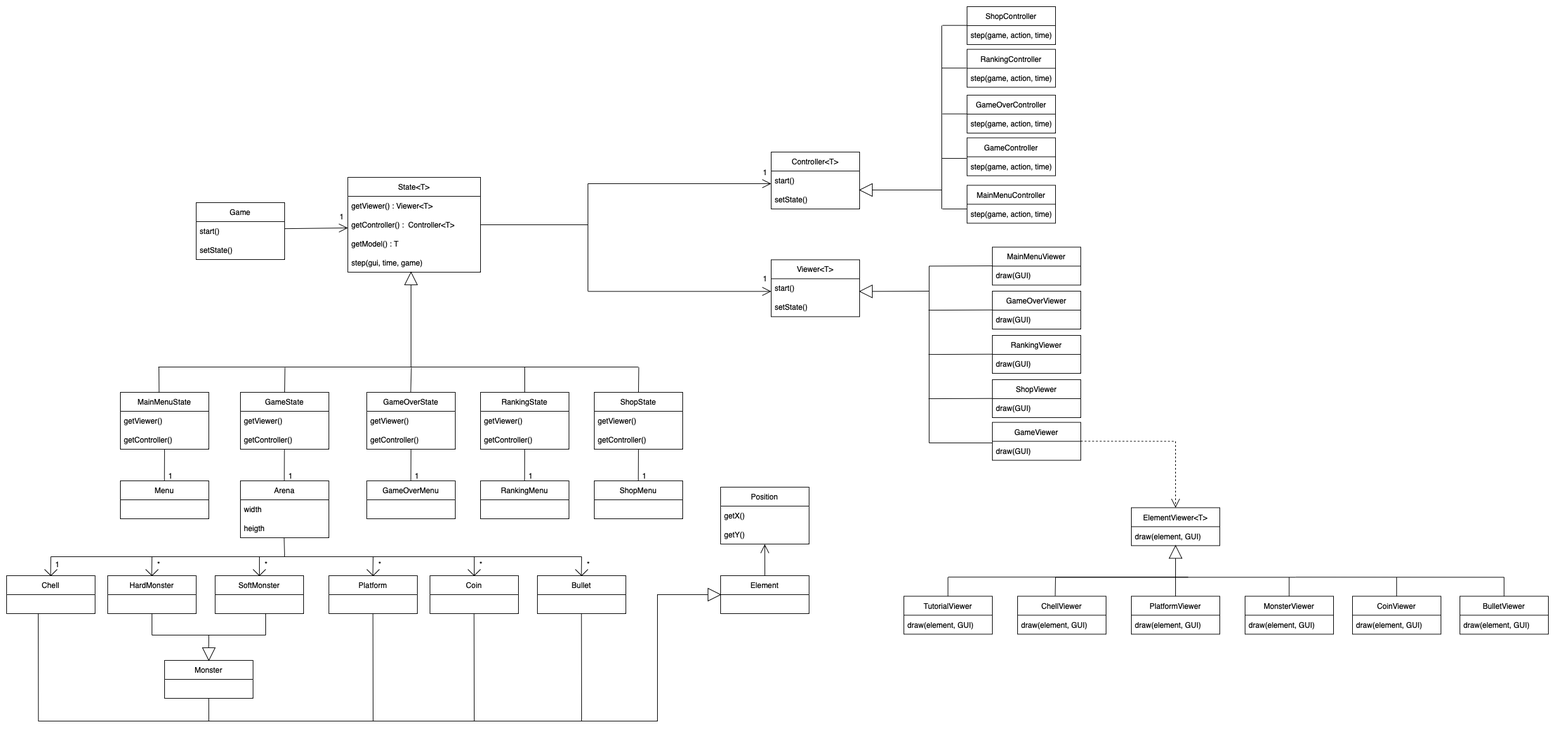
The draw.io diagram docs/classUML.png in AntonioAbilio/ShellShift-LDTS, before a commit. Source tidied: cells renumbered, new cells last; positions are measured from the earlier drawing's top-left corner, leaving out a move shared by most shapes.
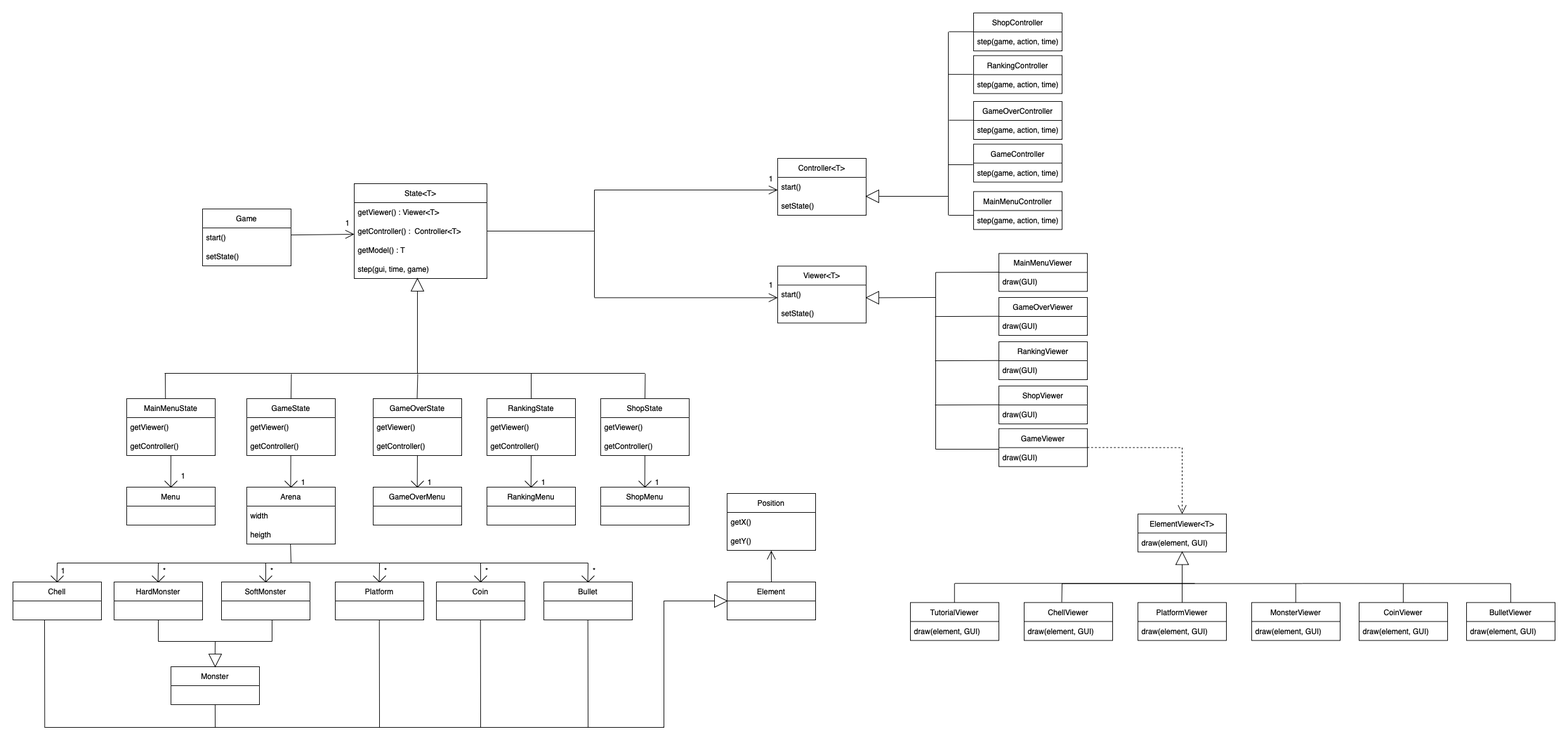
The same diagram one commit later.

What changed in the source:
```diff
@@ -683,19 +683,19 @@
       <mxGeometry x="1200" y="427.7" height="4.6" as="geometry" />
     </mxCell>
     <mxCell id="163" value="1" style="text;html=1;strokeColor=none;fillColor=none;align=center;verticalAlign=middle;whiteSpace=wrap;rounded=0;" parent="1" vertex="1">
-      <mxGeometry x="940" y="740" width="140" height="4.6" as="geometry" />
+      <mxGeometry x="950" y="740" width="140" height="4.6" as="geometry" />
     </mxCell>
     <mxCell id="164" value="1" style="text;html=1;strokeColor=none;fillColor=none;align=center;verticalAlign=middle;whiteSpace=wrap;rounded=0;" parent="1" vertex="1">
-      <mxGeometry x="760" y="740" width="140" height="4.6" as="geometry" />
+      <mxGeometry x="770" y="740" width="140" height="4.6" as="geometry" />
     </mxCell>
     <mxCell id="165" value="1" style="text;html=1;strokeColor=none;fillColor=none;align=center;verticalAlign=middle;whiteSpace=wrap;rounded=0;" parent="1" vertex="1">
-      <mxGeometry x="580" y="740" width="140" height="4.6" as="geometry" />
+      <mxGeometry x="590" y="740" width="140" height="4.6" as="geometry" />
     </mxCell>
     <mxCell id="166" value="1" style="text;html=1;strokeColor=none;fillColor=none;align=center;verticalAlign=middle;whiteSpace=wrap;rounded=0;" parent="1" vertex="1">
-      <mxGeometry x="380" y="740" width="140" height="4.6" as="geometry" />
+      <mxGeometry x="390" y="740" width="140" height="4.6" as="geometry" />
     </mxCell>
     <mxCell id="167" value="1" style="text;html=1;strokeColor=none;fillColor=none;align=center;verticalAlign=middle;whiteSpace=wrap;rounded=0;" parent="1" vertex="1">
-      <mxGeometry x="190" y="740" width="140" height="4.6" as="geometry" />
+      <mxGeometry x="200" y="730" width="140" height="4.6" as="geometry" />
     </mxCell>
     <mxCell id="168" style="endArrow=none;html=1;rounded=0;" parent="1" edge="1">
       <mxGeometry relative="1" as="geometry">
@@ -706,5 +706,50 @@
         </Array>
       </mxGeometry>
     </mxCell>
+    <mxCell id="169" style="endArrow=none;html=1;rounded=0;" parent="1" edge="1">
+      <mxGeometry relative="1" as="geometry">
+        <mxPoint x="240" y="740" as="sourcePoint" />
+        <mxPoint x="260" y="740" as="targetPoint" />
+        <Array as="points">
+          <mxPoint x="250" y="750" />
+        </Array>
+      </mxGeometry>
+    </mxCell>
+    <mxCell id="170" style="endArrow=none;html=1;rounded=0;" parent="1" edge="1">
+      <mxGeometry relative="1" as="geometry">
+        <mxPoint x="430" y="740" as="sourcePoint" />
+        <mxPoint x="450" y="740" as="targetPoint" />
+        <Array as="points">
+          <mxPoint x="440" y="750" />
+        </Array>
+      </mxGeometry>
+    </mxCell>
+    <mxCell id="171" style="endArrow=none;html=1;rounded=0;" parent="1" edge="1">
+      <mxGeometry relative="1" as="geometry">
+        <mxPoint x="630" y="740" as="sourcePoint" />
+        <mxPoint x="650" y="740" as="targetPoint" />
+        <Array as="points">
+          <mxPoint x="640" y="750" />
+        </Array>
+      </mxGeometry>
+    </mxCell>
+    <mxCell id="172" style="endArrow=none;html=1;rounded=0;" parent="1" edge="1">
+      <mxGeometry relative="1" as="geometry">
+        <mxPoint x="810" y="740" as="sourcePoint" />
+        <mxPoint x="830" y="740" as="targetPoint" />
+        <Array as="points">
+          <mxPoint x="820" y="750" />
+        </Array>
+      </mxGeometry>
+    </mxCell>
+    <mxCell id="173" style="endArrow=none;html=1;rounded=0;" parent="1" edge="1">
+      <mxGeometry relative="1" as="geometry">
+        <mxPoint x="990" y="740" as="sourcePoint" />
+        <mxPoint x="1010" y="740" as="targetPoint" />
+        <Array as="points">
+          <mxPoint x="1000" y="750" />
+        </Array>
+      </mxGeometry>
+    </mxCell>
   </root>
 </mxGraphModel>
```
